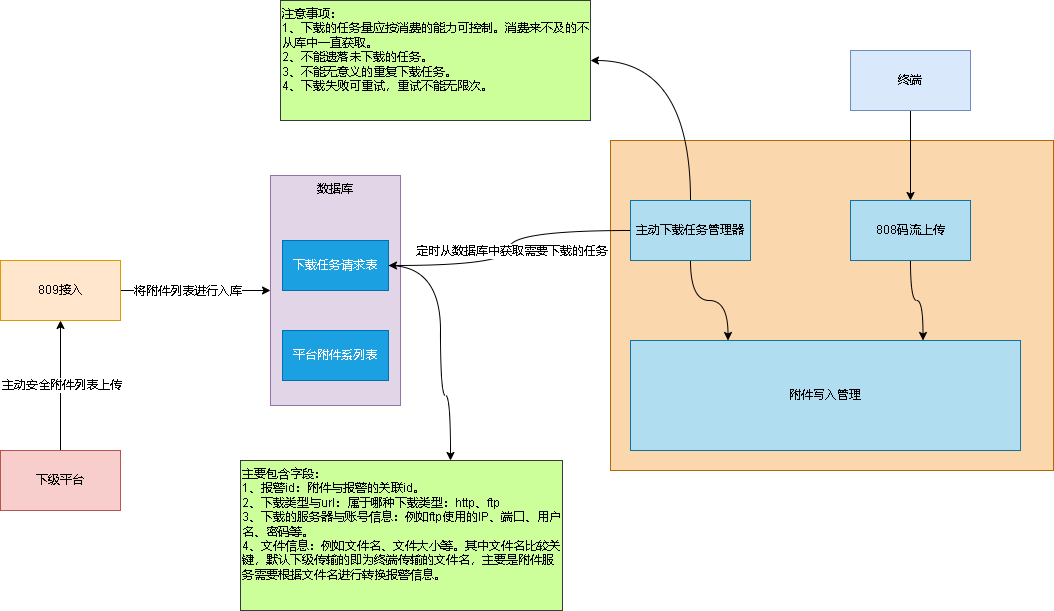
The draw.io diagram 809上传附件列表支持下载.drawio.png in xktder/draw, before a commit. Source tidied: cells renumbered, new cells last; positions are measured from the earlier drawing's top-left corner, leaving out a move shared by most shapes.
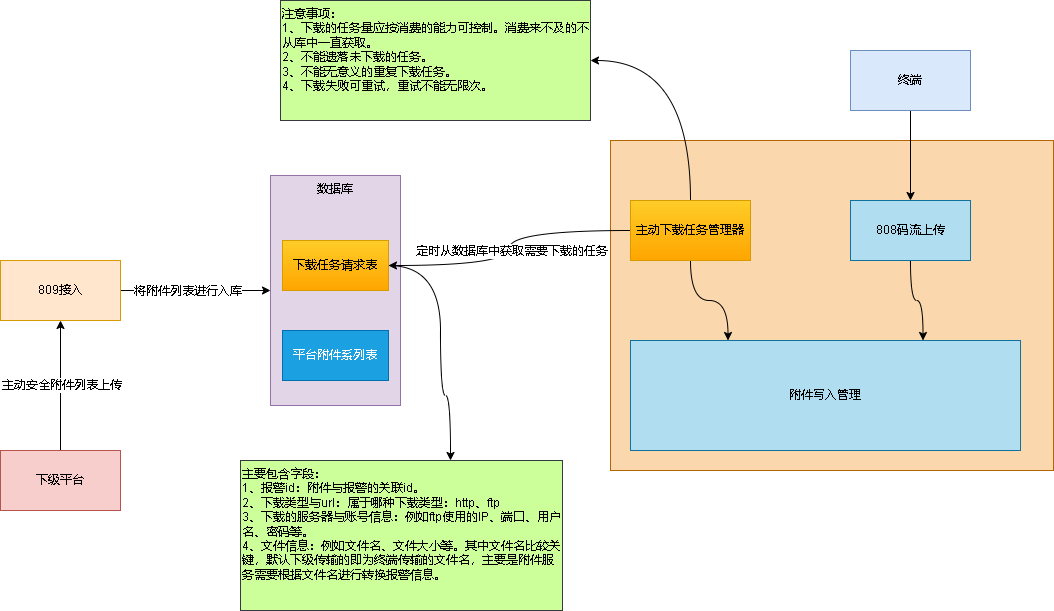
The same diagram one commit later.

Commit message:
更新809上传附件列表支持下载.drawio.png

Change to the diagram source:
```diff
@@ -36,7 +36,7 @@
         </Array>
       </mxGeometry>
     </mxCell>
-    <mxCell id="10" value="下载任务请求表" style="rounded=0;whiteSpace=wrap;html=1;fillColor=#1ba1e2;strokeColor=#006EAF;fontColor=#ffffff;" parent="1" vertex="1">
+    <mxCell id="10" value="下载任务请求表" style="rounded=0;whiteSpace=wrap;html=1;fillColor=#ffcd28;strokeColor=#d79b00;gradientColor=#ffa500;" parent="1" vertex="1">
       <mxGeometry x="282" y="240" width="106" height="50" as="geometry" />
     </mxCell>
     <mxCell id="11" value="平台附件系列表" style="rounded=0;whiteSpace=wrap;html=1;fillColor=#1ba1e2;strokeColor=#006EAF;fontColor=#ffffff;" parent="1" vertex="1">
@@ -59,7 +59,7 @@
     <mxCell id="16" style="edgeStyle=orthogonalEdgeStyle;rounded=0;jettySize=auto;html=1;exitX=0.5;exitY=0;exitDx=0;exitDy=0;entryX=1;entryY=0.5;entryDx=0;entryDy=0;curved=1;" parent="1" edge="1" source="17" target="23">
       <mxGeometry relative="1" as="geometry" />
     </mxCell>
-    <mxCell id="17" value="主动下载任务管理器" style="rounded=0;whiteSpace=wrap;html=1;fillColor=#b1ddf0;strokeColor=#10739e;" parent="1" vertex="1">
+    <mxCell id="17" value="主动下载任务管理器" style="rounded=0;whiteSpace=wrap;html=1;fillColor=#ffcd28;strokeColor=#d79b00;gradientColor=#ffa500;" parent="1" vertex="1">
       <mxGeometry x="630" y="200" width="120" height="60" as="geometry" />
     </mxCell>
     <mxCell id="18" value="附件写入管理" style="rounded=0;whiteSpace=wrap;html=1;fillColor=#b1ddf0;strokeColor=#10739e;" parent="1" vertex="1">
```
